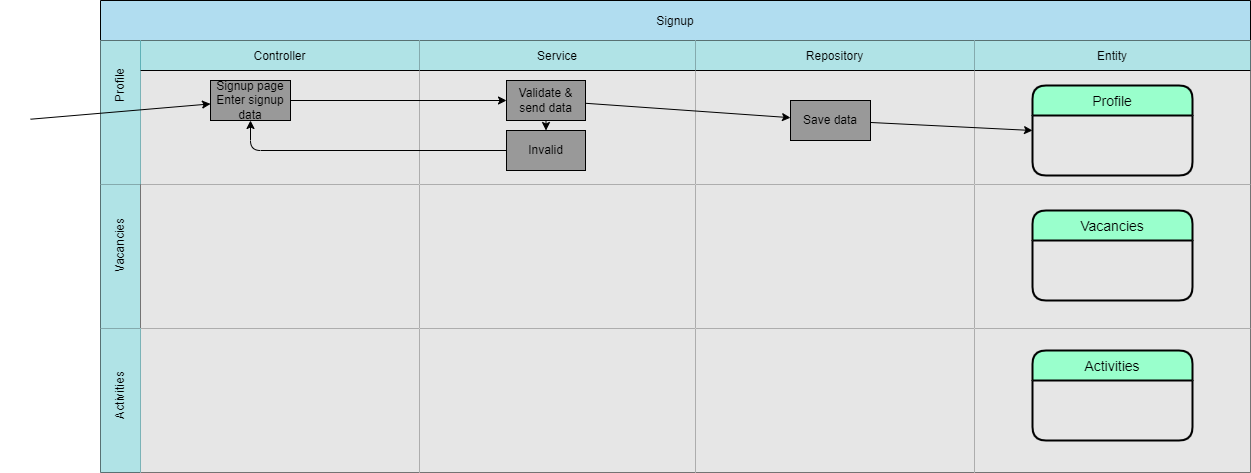
Above: documents/asd/VAC-ASD-Signup-AS-v1.png in AaronSaya/educom-symfony-1690191754 (draw.io), before the change. Source tidied: cells renumbered, new cells last; positions are measured from the earlier drawing's top-left corner, leaving out a move shared by most shapes.
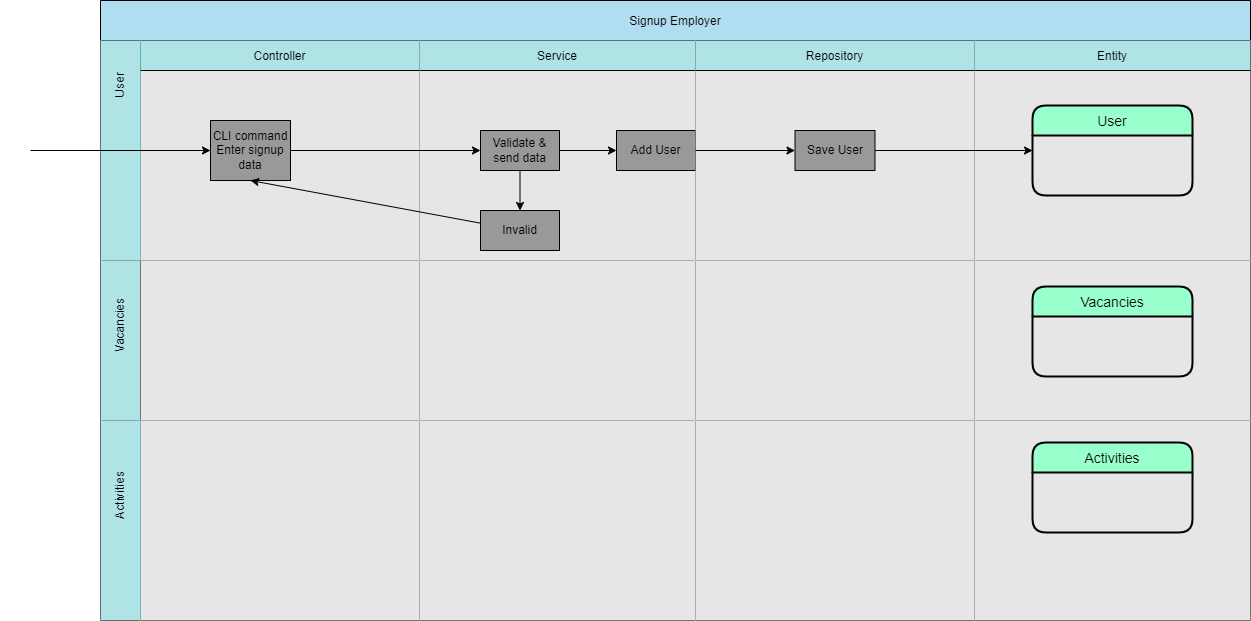
The same file after the commit.

The edit, as a diff of the source:
```diff
@@ -2,108 +2,114 @@
   <root>
     <mxCell id="0" />
     <mxCell id="1" parent="0" />
-    <mxCell id="2" value="Signup" style="shape=table;startSize=40;fillColor=#b1ddf0;strokeColor=#000000;fontColor=#000000;" parent="1" vertex="1">
-      <mxGeometry x="100" width="1150" height="472" as="geometry" />
+    <mxCell id="2" value="Signup Employer" style="shape=table;startSize=40;fillColor=#b1ddf0;strokeColor=#000000;fontColor=#000000;" parent="1" vertex="1">
+      <mxGeometry x="100" width="1150" height="620" as="geometry" />
     </mxCell>
     <mxCell id="3" style="shape=tableRow;horizontal=0;swimlaneHead=0;swimlaneBody=0;top=0;left=0;bottom=0;right=0;fontStyle=0;fillColor=#b0e3e6;startSize=40;strokeColor=#0e8088;fontColor=#000000;" parent="2" vertex="1">
-      <mxGeometry y="40" width="1150" height="144" as="geometry" />
+      <mxGeometry y="40" width="1150" height="220" as="geometry" />
     </mxCell>
     <mxCell id="4" value="Controller" style="swimlane;swimlaneHead=0;swimlaneBody=0;fontStyle=0;fillColor=#b0e3e6;startSize=30;strokeColor=#000000;fontColor=#000000;swimlaneFillColor=#E6E6E6;" parent="3" vertex="1">
-      <mxGeometry x="40" width="279" height="144" as="geometry" />
+      <mxGeometry x="40" width="279" height="220" as="geometry" />
     </mxCell>
-    <mxCell id="5" value="Signup page&lt;br&gt;Enter signup data" style="whiteSpace=wrap;html=1;fillColor=#999999;fillStyle=auto;fontColor=#000000;" parent="4" vertex="1">
-      <mxGeometry x="70" y="40" width="80" height="40" as="geometry" />
+    <mxCell id="5" value="CLI command&lt;br&gt;Enter signup data" style="whiteSpace=wrap;html=1;fillColor=#999999;fillStyle=auto;fontColor=#000000;" parent="4" vertex="1">
+      <mxGeometry x="70" y="80" width="80" height="60" as="geometry" />
     </mxCell>
     <mxCell id="6" value="Service" style="swimlane;swimlaneHead=0;swimlaneBody=0;fontStyle=0;fillColor=#b0e3e6;startSize=30;strokeColor=#000000;fontColor=#000000;swimlaneFillColor=#E6E6E6;" parent="3" vertex="1">
-      <mxGeometry x="319" width="276" height="144" as="geometry" />
+      <mxGeometry x="319" width="276" height="220" as="geometry" />
     </mxCell>
     <mxCell id="7" style="edgeStyle=none;html=1;exitX=0.5;exitY=1;exitDx=0;exitDy=0;strokeColor=#000000;fontColor=#000000;" parent="6" edge="1" source="8" target="9">
       <mxGeometry relative="1" as="geometry" />
     </mxCell>
+    <mxCell id="35" style="edgeStyle=none;html=1;exitX=1;exitY=0.5;exitDx=0;exitDy=0;strokeColor=#000000;" parent="6" edge="1" source="8" target="36">
+      <mxGeometry relative="1" as="geometry" />
+    </mxCell>
     <mxCell id="8" value="Validate &amp;amp; send data" style="whiteSpace=wrap;html=1;fillColor=#999999;fontColor=#000000;" parent="6" vertex="1">
-      <mxGeometry x="87" y="40" width="79" height="40" as="geometry" />
+      <mxGeometry x="61" y="90" width="79" height="40" as="geometry" />
     </mxCell>
     <mxCell id="9" value="Invalid" style="whiteSpace=wrap;html=1;fillColor=#999999;fontColor=#000000;" parent="6" vertex="1">
-      <mxGeometry x="87" y="90" width="79" height="40" as="geometry" />
+      <mxGeometry x="61" y="170" width="79" height="40" as="geometry" />
     </mxCell>
+    <mxCell id="36" value="Add User" style="whiteSpace=wrap;html=1;fillColor=#999999;fontColor=#000000;" parent="6" vertex="1">
+      <mxGeometry x="197" y="90" width="79" height="40" as="geometry" />
+    </mxCell>
     <mxCell id="10" value="Repository" style="swimlane;swimlaneHead=0;swimlaneBody=0;fontStyle=0;fillColor=#b0e3e6;startSize=30;strokeColor=#000000;fontColor=#000000;swimlaneFillColor=#E6E6E6;" parent="3" vertex="1">
-      <mxGeometry x="595" width="279" height="144" as="geometry" />
+      <mxGeometry x="595" width="279" height="220" as="geometry" />
     </mxCell>
-    <mxCell id="11" value="Save data" style="whiteSpace=wrap;html=1;fillColor=#999999;fontColor=#000000;" parent="10" vertex="1">
-      <mxGeometry x="95" y="60" width="80" height="40" as="geometry" />
+    <mxCell id="11" value="Save User" style="whiteSpace=wrap;html=1;fillColor=#999999;fontColor=#000000;" parent="10" vertex="1">
+      <mxGeometry x="99.5" y="90" width="80" height="40" as="geometry" />
     </mxCell>
     <mxCell id="12" value="Entity" style="swimlane;swimlaneHead=0;swimlaneBody=0;fontStyle=0;fillColor=#b0e3e6;startSize=30;strokeColor=#000000;fontColor=#000000;swimlaneFillColor=#E6E6E6;" parent="3" vertex="1">
-      <mxGeometry x="874" width="276" height="144" as="geometry" />
+      <mxGeometry x="874" width="276" height="220" as="geometry" />
     </mxCell>
-    <mxCell id="13" value="Profile" style="swimlane;horizontal=1;startSize=30;rounded=1;fontSize=14;fontStyle=0;strokeWidth=2;shadow=0;dashed=0;align=center;fillColor=#99FFCC;strokeColor=#000000;fontColor=#000000;" parent="12" vertex="1">
-      <mxGeometry x="58" y="45" width="160" height="90" as="geometry" />
+    <mxCell id="13" value="User" style="swimlane;horizontal=1;startSize=30;rounded=1;fontSize=14;fontStyle=0;strokeWidth=2;shadow=0;dashed=0;align=center;fillColor=#99FFCC;strokeColor=#000000;fontColor=#000000;" parent="12" vertex="1">
+      <mxGeometry x="58" y="65" width="160" height="90" as="geometry" />
     </mxCell>
     <mxCell id="14" style="edgeStyle=none;html=1;entryX=0;entryY=0.5;entryDx=0;entryDy=0;strokeColor=#000000;" parent="3" edge="1" source="5" target="8">
       <mxGeometry relative="1" as="geometry" />
     </mxCell>
-    <mxCell id="15" style="edgeStyle=none;html=1;strokeColor=#000000;" parent="3" edge="1" source="8" target="11">
-      <mxGeometry relative="1" as="geometry" />
-    </mxCell>
     <mxCell id="16" style="edgeStyle=none;html=1;entryX=0;entryY=0.5;entryDx=0;entryDy=0;strokeColor=#000000;fontColor=#000000;" parent="3" edge="1" source="11" target="13">
       <mxGeometry relative="1" as="geometry" />
     </mxCell>
     <mxCell id="17" style="edgeStyle=none;html=1;strokeColor=#000000;fontColor=#000000;entryX=0.5;entryY=1;entryDx=0;entryDy=0;" parent="3" edge="1" source="9" target="5">
       <mxGeometry relative="1" as="geometry">
         <Array as="points">
-          <mxPoint x="150" y="110" />
+          <mxPoint x="150" y="140" />
         </Array>
       </mxGeometry>
     </mxCell>
+    <mxCell id="37" style="edgeStyle=none;html=1;entryX=0;entryY=0.5;entryDx=0;entryDy=0;strokeColor=#000000;" parent="3" edge="1" source="36" target="11">
+      <mxGeometry relative="1" as="geometry" />
+    </mxCell>
     <mxCell id="18" style="shape=tableRow;horizontal=0;swimlaneHead=0;swimlaneBody=0;top=0;left=0;bottom=0;right=0;fontStyle=0;fillColor=#b0e3e6;startSize=40;strokeColor=#000000;" parent="2" vertex="1">
-      <mxGeometry y="184" width="1150" height="144" as="geometry" />
+      <mxGeometry y="260" width="1150" height="160" as="geometry" />
     </mxCell>
     <mxCell id="19" style="swimlane;swimlaneHead=0;swimlaneBody=0;fontStyle=0;fillColor=none;startSize=0;swimlaneFillColor=#E6E6E6;strokeColor=#000000;" parent="18" vertex="1">
-      <mxGeometry x="40" width="279" height="144" as="geometry" />
+      <mxGeometry x="40" width="279" height="160" as="geometry" />
     </mxCell>
     <mxCell id="20" style="swimlane;swimlaneHead=0;swimlaneBody=0;fontStyle=0;fillColor=none;startSize=0;swimlaneFillColor=#E6E6E6;strokeColor=#000000;fontColor=#000000;" parent="18" vertex="1">
-      <mxGeometry x="319" width="276" height="144" as="geometry" />
+      <mxGeometry x="319" width="276" height="160" as="geometry" />
     </mxCell>
     <mxCell id="21" style="swimlane;swimlaneHead=0;swimlaneBody=0;fontStyle=0;fillColor=none;startSize=0;swimlaneFillColor=#E6E6E6;strokeColor=#000000;" parent="18" vertex="1">
-      <mxGeometry x="595" width="279" height="144" as="geometry" />
+      <mxGeometry x="595" width="279" height="160" as="geometry" />
     </mxCell>
     <mxCell id="22" style="swimlane;swimlaneHead=0;swimlaneBody=0;fontStyle=0;fillColor=none;startSize=0;swimlaneFillColor=#E6E6E6;strokeColor=#000000;" parent="18" vertex="1">
-      <mxGeometry x="874" width="276" height="144" as="geometry" />
+      <mxGeometry x="874" width="276" height="160" as="geometry" />
     </mxCell>
     <mxCell id="23" value="Vacancies" style="swimlane;horizontal=1;startSize=30;rounded=1;fontSize=14;fontStyle=0;strokeWidth=2;shadow=0;dashed=0;align=center;fillColor=#99FFCC;strokeColor=#000000;fontColor=#000000;" parent="22" vertex="1">
       <mxGeometry x="58" y="26" width="160" height="90" as="geometry" />
     </mxCell>
     <mxCell id="24" style="shape=tableRow;horizontal=0;swimlaneHead=0;swimlaneBody=0;top=0;left=0;bottom=0;right=0;fontStyle=0;fillColor=#b0e3e6;startSize=40;strokeColor=#0e8088;" parent="2" vertex="1">
-      <mxGeometry y="328" width="1150" height="144" as="geometry" />
+      <mxGeometry y="420" width="1150" height="200" as="geometry" />
     </mxCell>
     <mxCell id="25" style="swimlane;swimlaneHead=0;swimlaneBody=0;fontStyle=0;fillColor=none;startSize=0;swimlaneFillColor=#E6E6E6;strokeColor=#000000;" parent="24" vertex="1">
-      <mxGeometry x="40" width="279" height="144" as="geometry" />
+      <mxGeometry x="40" width="279" height="200" as="geometry" />
     </mxCell>
     <mxCell id="26" style="swimlane;swimlaneHead=0;swimlaneBody=0;fontStyle=0;fillColor=none;startSize=0;swimlaneFillColor=#E6E6E6;strokeColor=#000000;" parent="24" vertex="1">
-      <mxGeometry x="319" width="276" height="144" as="geometry" />
+      <mxGeometry x="319" width="276" height="200" as="geometry" />
     </mxCell>
     <mxCell id="27" style="swimlane;swimlaneHead=0;swimlaneBody=0;fontStyle=0;fillColor=none;startSize=0;fontColor=#000000;swimlaneFillColor=#E6E6E6;strokeColor=#000000;" parent="24" vertex="1">
-      <mxGeometry x="595" width="279" height="144" as="geometry" />
+      <mxGeometry x="595" width="279" height="200" as="geometry" />
     </mxCell>
     <mxCell id="28" style="swimlane;swimlaneHead=0;swimlaneBody=0;fontStyle=0;fillColor=none;startSize=0;swimlaneFillColor=#E6E6E6;strokeColor=#000000;" parent="24" vertex="1">
-      <mxGeometry x="874" width="276" height="144" as="geometry" />
+      <mxGeometry x="874" width="276" height="200" as="geometry" />
     </mxCell>
     <mxCell id="29" value="Activities" style="swimlane;horizontal=1;startSize=30;rounded=1;fontSize=14;fontStyle=0;strokeWidth=2;shadow=0;dashed=0;align=center;fillColor=#99FFCC;strokeColor=#000000;fontColor=#000000;" parent="28" vertex="1">
       <mxGeometry x="58" y="22" width="160" height="90" as="geometry" />
     </mxCell>
-    <mxCell id="30" value="&lt;font color=&quot;#000000&quot;&gt;Profile&lt;/font&gt;" style="text;strokeColor=none;align=center;fillColor=none;html=1;verticalAlign=middle;whiteSpace=wrap;rounded=0;rotation=-90;" parent="1" vertex="1">
+    <mxCell id="30" value="&lt;font color=&quot;#000000&quot;&gt;User&lt;/font&gt;" style="text;strokeColor=none;align=center;fillColor=none;html=1;verticalAlign=middle;whiteSpace=wrap;rounded=0;rotation=-90;" parent="1" vertex="1">
       <mxGeometry x="90" y="70" width="60" height="30" as="geometry" />
     </mxCell>
     <mxCell id="31" value="&lt;font color=&quot;#000000&quot;&gt;Vacancies&lt;/font&gt;" style="text;strokeColor=none;align=center;fillColor=none;html=1;verticalAlign=middle;whiteSpace=wrap;rounded=0;rotation=-90;" parent="1" vertex="1">
-      <mxGeometry x="90" y="230" width="60" height="30" as="geometry" />
+      <mxGeometry x="90" y="310" width="60" height="30" as="geometry" />
     </mxCell>
     <mxCell id="32" value="&lt;font color=&quot;#000000&quot;&gt;Activities&lt;/font&gt;" style="text;strokeColor=none;align=center;fillColor=none;html=1;verticalAlign=middle;whiteSpace=wrap;rounded=0;rotation=-90;" parent="1" vertex="1">
-      <mxGeometry x="90" y="380" width="60" height="30" as="geometry" />
+      <mxGeometry x="90" y="480" width="60" height="30" as="geometry" />
     </mxCell>
     <mxCell id="33" style="edgeStyle=none;html=1;strokeColor=#000000;" parent="1" edge="1" source="34" target="5">
       <mxGeometry relative="1" as="geometry" />
     </mxCell>
     <mxCell id="34" value="&lt;font color=&quot;#ffffff&quot;&gt;Actor&lt;/font&gt;" style="shape=umlActor;verticalLabelPosition=bottom;verticalAlign=top;html=1;outlineConnect=0;strokeColor=#FFFFFF;fillColor=none;" parent="1" vertex="1">
-      <mxGeometry y="90" width="30" height="60" as="geometry" />
+      <mxGeometry y="120" width="30" height="60" as="geometry" />
     </mxCell>
   </root>
 </mxGraphModel>
```
